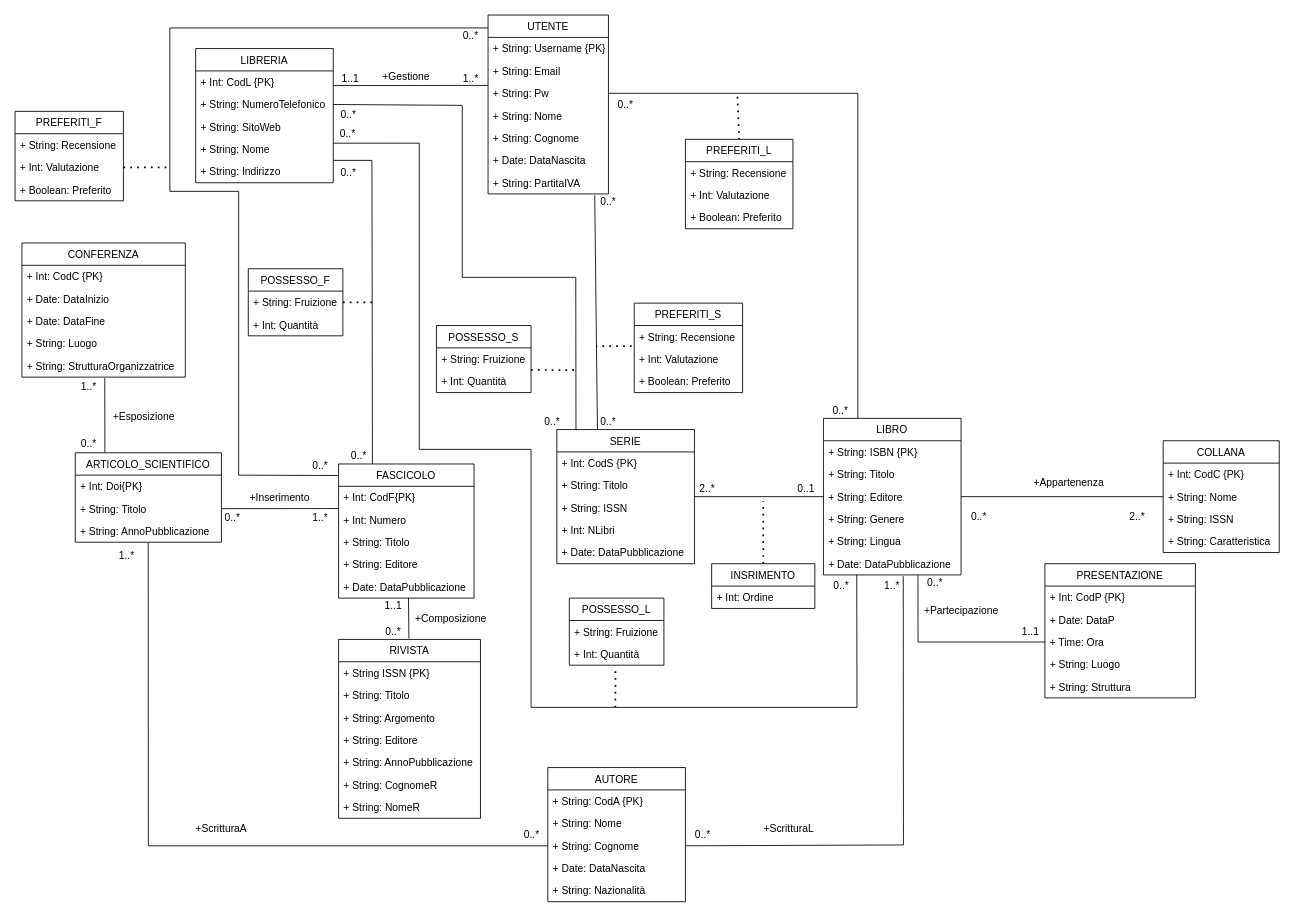
Giovk/Sistema-di-una-Bibleoteca-Digitale keeps this draw.io diagram as DiagrammaUML(ristrutturato).drawio. Above is the earlier version. Source tidied: cells renumbered, new cells numbered last; positions are measured from the earlier drawing's top-left corner, leaving out a move shared by most shapes. Both pictures are drawn from the tidied source at 86%, with x=0, y=0 at pixel (15, 15).
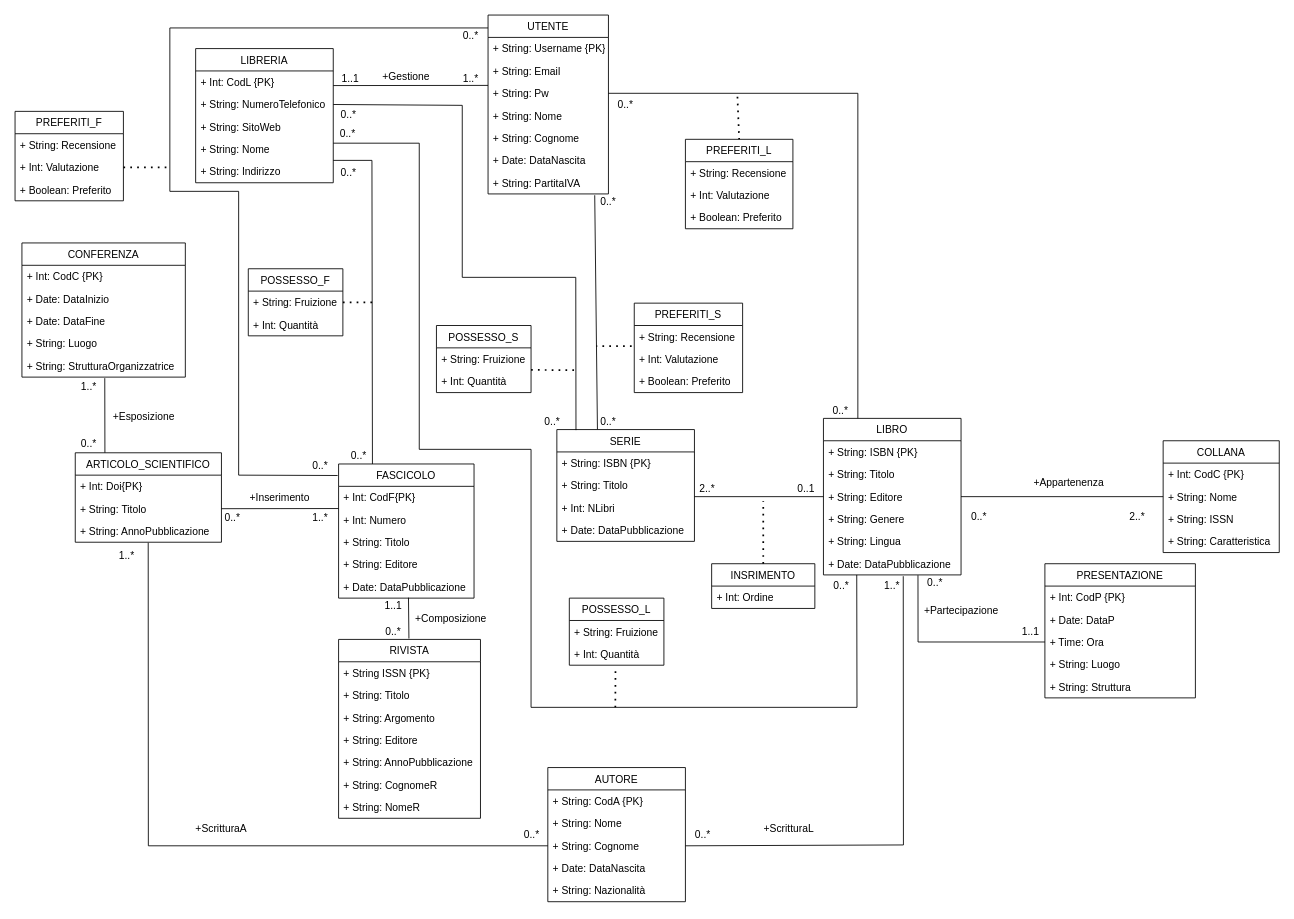
The same page after the edit.

The edit, as a diff of the source:
```diff
@@
     <mxCell id="39" value="SERIE" style="swimlane;fontStyle=0;horizontal=1;startSize=26;fillColor=none;" parent="1" vertex="1">
-      <mxGeometry x="630" y="482" width="160" height="156" as="geometry" />
+      <mxGeometry x="630" y="482" width="160" height="130" as="geometry" />
     </mxCell>
-    <mxCell id="40" value="+ Int: CodS {PK}" style="text;strokeColor=none;fillColor=none;align=left;verticalAlign=top;spacingLeft=4;spacingRight=4;overflow=hidden;" parent="39" vertex="1">
+    <mxCell id="40" value="+ String: ISBN {PK}" style="text;strokeColor=none;fillColor=none;align=left;verticalAlign=top;spacingLeft=4;spacingRight=4;overflow=hidden;" parent="39" vertex="1">
       <mxGeometry y="26" width="160" height="26" as="geometry" />
     </mxCell>
@@
-    <mxCell id="42" value="+ String: ISSN" style="text;strokeColor=none;fillColor=none;align=left;verticalAlign=top;spacingLeft=4;spacingRight=4;overflow=hidden;" parent="39" vertex="1">
-      <mxGeometry y="78" width="160" height="26" as="geometry" />
-    </mxCell>
     <mxCell id="43" value="+ Int: NLibri" style="text;strokeColor=none;fillColor=none;align=left;verticalAlign=top;spacingLeft=4;spacingRight=4;overflow=hidden;" parent="39" vertex="1">
-      <mxGeometry y="104" width="160" height="26" as="geometry" />
+      <mxGeometry y="78" width="160" height="26" as="geometry" />
     </mxCell>
     <mxCell id="44" value="+ Date: DataPubblicazione" style="text;strokeColor=none;fillColor=none;align=left;verticalAlign=top;spacingLeft=4;spacingRight=4;overflow=hidden;" parent="39" vertex="1">
-      <mxGeometry y="130" width="160" height="26" as="geometry" />
+      <mxGeometry y="104" width="160" height="26" as="geometry" />
     </mxCell>
```
